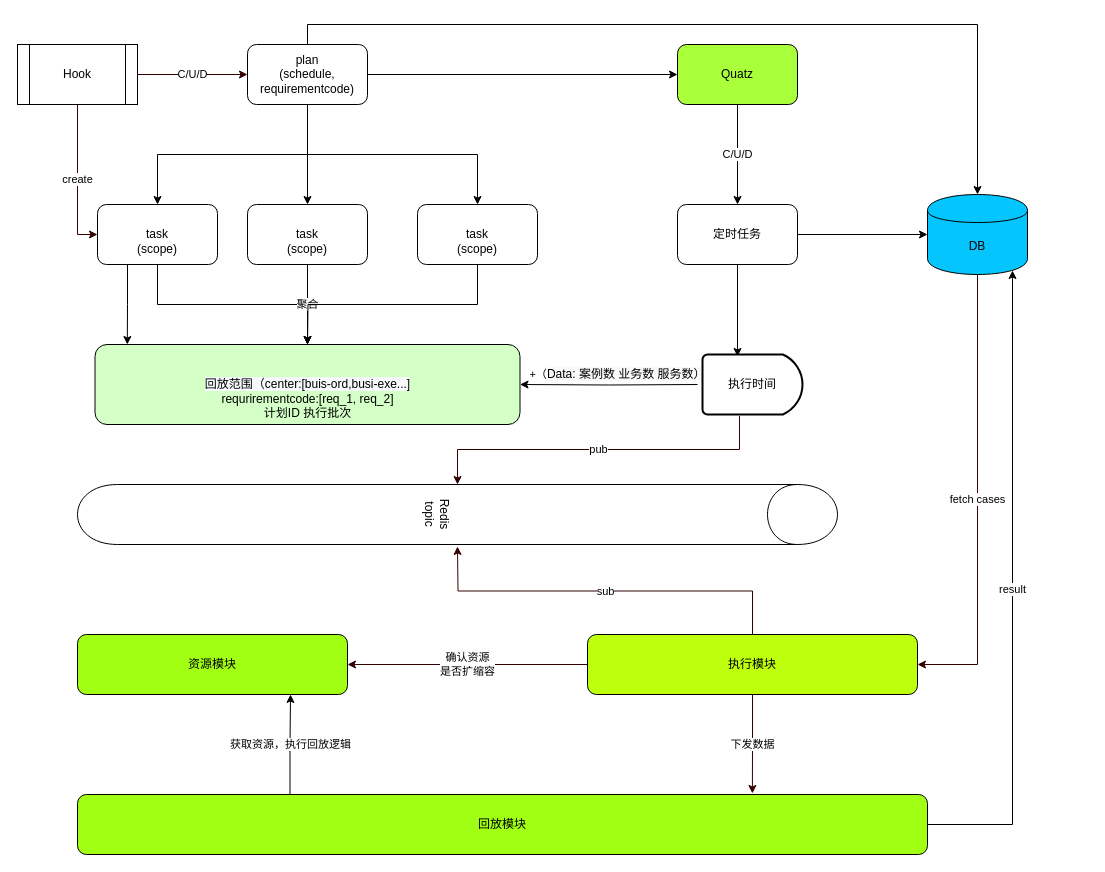
Above: 调度管理.drawio in mayi295940/diagrams (draw.io), before the change. Source tidied: cells renumbered, new cells numbered last; positions are measured from the earlier drawing's top-left corner, leaving out a move shared by most shapes. Both pictures are drawn from the tidied source at 100%, with x=0, y=0 at pixel (17, 44).
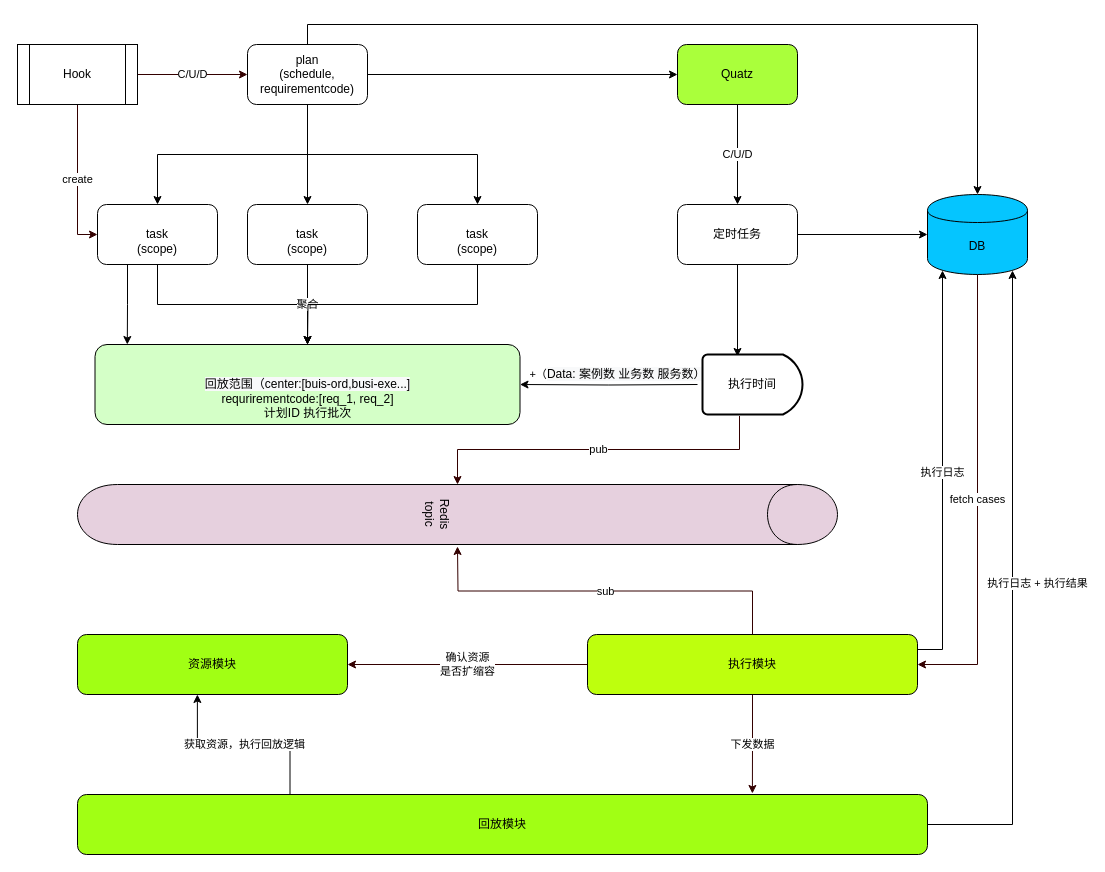
After the change.

Commit message:
更新调度管理.drawio

Unchanged cells that the change refers to:
```xml
<mxCell id="25" value="DB" style="shape=cylinder;whiteSpace=wrap;html=1;boundedLbl=1;backgroundOutline=1;fillColor=#05C5FF;" parent="1" vertex="1">
  <mxGeometry x="910" y="150" width="100" height="80" as="geometry" />
</mxCell>
<mxCell id="32" value="执行模块" style="rounded=1;whiteSpace=wrap;html=1;fillColor=#BEFF0D;" parent="1" vertex="1">
  <mxGeometry x="570" y="590" width="330" height="60" as="geometry" />
</mxCell>
<mxCell id="33" value="资源模块" style="rounded=1;whiteSpace=wrap;html=1;fillColor=#A1FF14;" parent="1" vertex="1">
  <mxGeometry x="60" y="590" width="270" height="60" as="geometry" />
</mxCell>
<mxCell id="36" value="回放模块" style="rounded=1;whiteSpace=wrap;html=1;fillColor=#A1FF14;" parent="1" vertex="1">
  <mxGeometry x="60" y="750" width="850" height="60" as="geometry" />
</mxCell>
```

Change to the diagram source:
```diff
@@
-    <mxCell id="28" value="Redis topic" style="shape=cylinder;whiteSpace=wrap;html=1;boundedLbl=1;backgroundOutline=1;fillColor=#FFFFFF;rotation=90;" parent="1" vertex="1">
+    <mxCell id="28" value="Redis topic" style="shape=cylinder;whiteSpace=wrap;html=1;boundedLbl=1;backgroundOutline=1;fillColor=#E6D0DE;rotation=90;" parent="1" vertex="1">
       <mxGeometry x="410" y="90" width="60" height="760" as="geometry" />
     </mxCell>
@@
+    <mxCell id="38" value="执行日志" style="edgeStyle=orthogonalEdgeStyle;rounded=0;jettySize=auto;html=1;exitX=1;exitY=0.25;exitDx=0;exitDy=0;entryX=0.15;entryY=0.95;entryDx=0;entryDy=0;entryPerimeter=0;" parent="1" edge="1" source="32" target="25">
+      <mxGeometry relative="1" as="geometry" />
+    </mxCell>
@@
-    <mxCell id="34" value="获取资源，执行回放逻辑" style="edgeStyle=orthogonalEdgeStyle;rounded=0;jettySize=auto;html=1;exitX=0.25;exitY=0;exitDx=0;exitDy=0;entryX=0.789;entryY=1;entryDx=0;entryDy=0;entryPerimeter=0;" parent="1" edge="1" source="36" target="33">
+    <mxCell id="34" value="获取资源，执行回放逻辑" style="edgeStyle=orthogonalEdgeStyle;rounded=0;jettySize=auto;html=1;exitX=0.25;exitY=0;exitDx=0;exitDy=0;entryX=0.444;entryY=1;entryDx=0;entryDy=0;entryPerimeter=0;" parent="1" edge="1" source="36" target="33">
       <mxGeometry relative="1" as="geometry" />
     </mxCell>
-    <mxCell id="35" value="result" style="edgeStyle=orthogonalEdgeStyle;rounded=0;jettySize=auto;html=1;exitX=1;exitY=0.5;exitDx=0;exitDy=0;entryX=0.85;entryY=0.95;entryDx=0;entryDy=0;entryPerimeter=0;" parent="1" edge="1" source="36" target="25">
-      <mxGeometry relative="1" as="geometry" />
+    <mxCell id="35" value="执行日志 + 执行结果" style="edgeStyle=orthogonalEdgeStyle;rounded=0;jettySize=auto;html=1;exitX=1;exitY=0.5;exitDx=0;exitDy=0;entryX=0.85;entryY=0.95;entryDx=0;entryDy=0;entryPerimeter=0;" parent="1" edge="1" source="36" target="25">
+      <mxGeometry x="0.02" y="-25" relative="1" as="geometry" />
     </mxCell>
```
